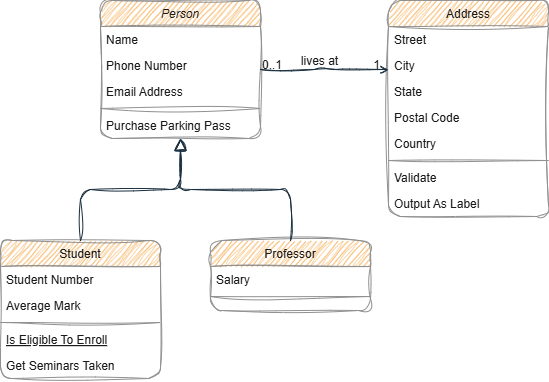
Before: Trail.drawio.png, a diagram exported from draw.io (ravisankargv96/1.SpringWebApp). Source tidied: cells renumbered, new cells last; positions are measured from the earlier drawing's top-left corner, leaving out a move shared by most shapes.
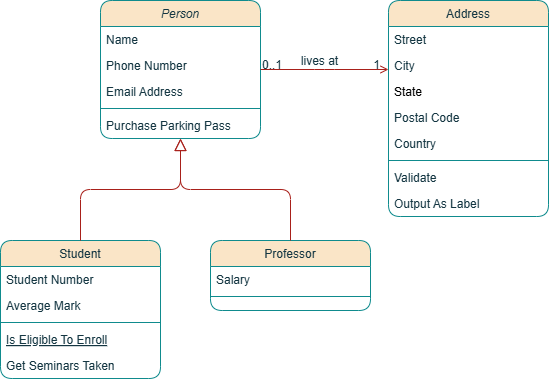
The same diagram one commit later.

What changed in the source:
```diff
@@ -2,100 +2,100 @@
   <root>
     <mxCell id="0" />
     <mxCell id="1" parent="0" />
-    <mxCell id="2" value="Person" style="swimlane;fontStyle=2;align=center;verticalAlign=top;horizontal=1;startSize=26;rounded=1;shadow=0;strokeWidth=1;labelBackgroundColor=none;fillColor=#F5AB50;strokeColor=#909090;fontColor=#1A1A1A;sketch=1;curveFitting=1;jiggle=2;" parent="1" vertex="1">
+    <mxCell id="2" value="Person" style="swimlane;fontStyle=2;align=center;verticalAlign=top;horizontal=1;startSize=26;rounded=1;shadow=0;strokeWidth=1;labelBackgroundColor=none;fillColor=#FAE5C7;strokeColor=#0F8B8D;fontColor=#143642;" parent="1" vertex="1">
       <mxGeometry x="100" width="160" height="138" as="geometry" />
     </mxCell>
-    <mxCell id="3" value="Name" style="text;align=left;verticalAlign=top;spacingLeft=4;spacingRight=4;overflow=hidden;labelBackgroundColor=none;rounded=1;fontColor=#1A1A1A;sketch=1;curveFitting=1;jiggle=2;" parent="2" vertex="1">
+    <mxCell id="3" value="Name" style="text;align=left;verticalAlign=top;spacingLeft=4;spacingRight=4;overflow=hidden;labelBackgroundColor=none;rounded=1;fontColor=#143642;" parent="2" vertex="1">
       <mxGeometry y="26" width="160" height="26" as="geometry" />
     </mxCell>
-    <mxCell id="4" value="Phone Number" style="text;align=left;verticalAlign=top;spacingLeft=4;spacingRight=4;overflow=hidden;rounded=1;shadow=0;html=0;labelBackgroundColor=none;fontColor=#1A1A1A;sketch=1;curveFitting=1;jiggle=2;" parent="2" vertex="1">
+    <mxCell id="4" value="Phone Number" style="text;align=left;verticalAlign=top;spacingLeft=4;spacingRight=4;overflow=hidden;rounded=1;shadow=0;html=0;labelBackgroundColor=none;fontColor=#143642;" parent="2" vertex="1">
       <mxGeometry y="52" width="160" height="26" as="geometry" />
     </mxCell>
-    <mxCell id="5" value="Email Address" style="text;align=left;verticalAlign=top;spacingLeft=4;spacingRight=4;overflow=hidden;rounded=1;shadow=0;html=0;labelBackgroundColor=none;fontColor=#1A1A1A;sketch=1;curveFitting=1;jiggle=2;" parent="2" vertex="1">
+    <mxCell id="5" value="Email Address" style="text;align=left;verticalAlign=top;spacingLeft=4;spacingRight=4;overflow=hidden;rounded=1;shadow=0;html=0;labelBackgroundColor=none;fontColor=#143642;" parent="2" vertex="1">
       <mxGeometry y="78" width="160" height="26" as="geometry" />
     </mxCell>
-    <mxCell id="6" style="line;html=1;strokeWidth=1;align=left;verticalAlign=middle;spacingTop=-1;spacingLeft=3;spacingRight=3;labelPosition=right;labelBackgroundColor=none;rounded=1;fillColor=#F5AB50;strokeColor=#909090;fontColor=#1A1A1A;sketch=1;curveFitting=1;jiggle=2;" parent="2" vertex="1">
+    <mxCell id="6" style="line;html=1;strokeWidth=1;align=left;verticalAlign=middle;spacingTop=-1;spacingLeft=3;spacingRight=3;labelPosition=right;labelBackgroundColor=none;rounded=1;fillColor=#FAE5C7;strokeColor=#0F8B8D;fontColor=#143642;" parent="2" vertex="1">
       <mxGeometry y="104" width="160" height="8" as="geometry" />
     </mxCell>
-    <mxCell id="7" value="Purchase Parking Pass" style="text;align=left;verticalAlign=top;spacingLeft=4;spacingRight=4;overflow=hidden;labelBackgroundColor=none;rounded=1;fontColor=#1A1A1A;sketch=1;curveFitting=1;jiggle=2;" parent="2" vertex="1">
+    <mxCell id="7" value="Purchase Parking Pass" style="text;align=left;verticalAlign=top;spacingLeft=4;spacingRight=4;overflow=hidden;labelBackgroundColor=none;rounded=1;fontColor=#143642;" parent="2" vertex="1">
       <mxGeometry y="112" width="160" height="26" as="geometry" />
     </mxCell>
-    <mxCell id="8" value="Student" style="swimlane;fontStyle=0;align=center;verticalAlign=top;horizontal=1;startSize=26;rounded=1;shadow=0;strokeWidth=1;labelBackgroundColor=none;fillColor=#F5AB50;strokeColor=#909090;fontColor=#1A1A1A;sketch=1;curveFitting=1;jiggle=2;" parent="1" vertex="1">
+    <mxCell id="8" value="Student" style="swimlane;fontStyle=0;align=center;verticalAlign=top;horizontal=1;startSize=26;rounded=1;shadow=0;strokeWidth=1;labelBackgroundColor=none;fillColor=#FAE5C7;strokeColor=#0F8B8D;fontColor=#143642;" parent="1" vertex="1">
       <mxGeometry y="240" width="160" height="138" as="geometry" />
     </mxCell>
-    <mxCell id="9" value="Student Number" style="text;align=left;verticalAlign=top;spacingLeft=4;spacingRight=4;overflow=hidden;labelBackgroundColor=none;rounded=1;fontColor=#1A1A1A;sketch=1;curveFitting=1;jiggle=2;" parent="8" vertex="1">
+    <mxCell id="9" value="Student Number" style="text;align=left;verticalAlign=top;spacingLeft=4;spacingRight=4;overflow=hidden;labelBackgroundColor=none;rounded=1;fontColor=#143642;" parent="8" vertex="1">
       <mxGeometry y="26" width="160" height="26" as="geometry" />
     </mxCell>
-    <mxCell id="10" value="Average Mark" style="text;align=left;verticalAlign=top;spacingLeft=4;spacingRight=4;overflow=hidden;rounded=1;shadow=0;html=0;labelBackgroundColor=none;fontColor=#1A1A1A;sketch=1;curveFitting=1;jiggle=2;" parent="8" vertex="1">
+    <mxCell id="10" value="Average Mark" style="text;align=left;verticalAlign=top;spacingLeft=4;spacingRight=4;overflow=hidden;rounded=1;shadow=0;html=0;labelBackgroundColor=none;fontColor=#143642;" parent="8" vertex="1">
       <mxGeometry y="52" width="160" height="26" as="geometry" />
     </mxCell>
-    <mxCell id="11" style="line;html=1;strokeWidth=1;align=left;verticalAlign=middle;spacingTop=-1;spacingLeft=3;spacingRight=3;labelPosition=right;labelBackgroundColor=none;rounded=1;fillColor=#F5AB50;strokeColor=#909090;fontColor=#1A1A1A;sketch=1;curveFitting=1;jiggle=2;" parent="8" vertex="1">
+    <mxCell id="11" style="line;html=1;strokeWidth=1;align=left;verticalAlign=middle;spacingTop=-1;spacingLeft=3;spacingRight=3;labelPosition=right;labelBackgroundColor=none;rounded=1;fillColor=#FAE5C7;strokeColor=#0F8B8D;fontColor=#143642;" parent="8" vertex="1">
       <mxGeometry y="78" width="160" height="8" as="geometry" />
     </mxCell>
-    <mxCell id="12" value="Is Eligible To Enroll" style="text;align=left;verticalAlign=top;spacingLeft=4;spacingRight=4;overflow=hidden;fontStyle=4;labelBackgroundColor=none;rounded=1;fontColor=#1A1A1A;sketch=1;curveFitting=1;jiggle=2;" parent="8" vertex="1">
+    <mxCell id="12" value="Is Eligible To Enroll" style="text;align=left;verticalAlign=top;spacingLeft=4;spacingRight=4;overflow=hidden;fontStyle=4;labelBackgroundColor=none;rounded=1;fontColor=#143642;" parent="8" vertex="1">
       <mxGeometry y="86" width="160" height="26" as="geometry" />
     </mxCell>
-    <mxCell id="13" value="Get Seminars Taken" style="text;align=left;verticalAlign=top;spacingLeft=4;spacingRight=4;overflow=hidden;labelBackgroundColor=none;rounded=1;fontColor=#1A1A1A;sketch=1;curveFitting=1;jiggle=2;" parent="8" vertex="1">
+    <mxCell id="13" value="Get Seminars Taken" style="text;align=left;verticalAlign=top;spacingLeft=4;spacingRight=4;overflow=hidden;labelBackgroundColor=none;rounded=1;fontColor=#143642;" parent="8" vertex="1">
       <mxGeometry y="112" width="160" height="26" as="geometry" />
     </mxCell>
-    <mxCell id="14" style="endArrow=block;endSize=10;endFill=0;shadow=0;strokeWidth=1;rounded=1;curved=0;edgeStyle=elbowEdgeStyle;elbow=vertical;labelBackgroundColor=none;fontColor=default;strokeColor=#182E3E;sketch=1;curveFitting=1;jiggle=2;" parent="1" edge="1" source="8" target="2">
+    <mxCell id="14" style="endArrow=block;endSize=10;endFill=0;shadow=0;strokeWidth=1;rounded=1;curved=0;edgeStyle=elbowEdgeStyle;elbow=vertical;labelBackgroundColor=none;fontColor=default;strokeColor=#A8201A;" parent="1" edge="1" source="8" target="2">
       <mxGeometry relative="1" as="geometry" />
     </mxCell>
-    <mxCell id="15" value="Professor" style="swimlane;fontStyle=0;align=center;verticalAlign=top;horizontal=1;startSize=26;rounded=1;shadow=0;strokeWidth=1;labelBackgroundColor=none;fillColor=#F5AB50;strokeColor=#909090;fontColor=#1A1A1A;sketch=1;curveFitting=1;jiggle=2;" parent="1" vertex="1">
+    <mxCell id="15" value="Professor" style="swimlane;fontStyle=0;align=center;verticalAlign=top;horizontal=1;startSize=26;rounded=1;shadow=0;strokeWidth=1;labelBackgroundColor=none;fillColor=#FAE5C7;strokeColor=#0F8B8D;fontColor=#143642;" parent="1" vertex="1">
       <mxGeometry x="210" y="240" width="160" height="70" as="geometry" />
     </mxCell>
-    <mxCell id="16" value="Salary" style="text;align=left;verticalAlign=top;spacingLeft=4;spacingRight=4;overflow=hidden;labelBackgroundColor=none;rounded=1;fontColor=#1A1A1A;sketch=1;curveFitting=1;jiggle=2;" parent="15" vertex="1">
+    <mxCell id="16" value="Salary" style="text;align=left;verticalAlign=top;spacingLeft=4;spacingRight=4;overflow=hidden;labelBackgroundColor=none;rounded=1;fontColor=#143642;" parent="15" vertex="1">
       <mxGeometry y="26" width="160" height="26" as="geometry" />
     </mxCell>
-    <mxCell id="17" style="line;html=1;strokeWidth=1;align=left;verticalAlign=middle;spacingTop=-1;spacingLeft=3;spacingRight=3;labelPosition=right;labelBackgroundColor=none;rounded=1;fillColor=#F5AB50;strokeColor=#909090;fontColor=#1A1A1A;sketch=1;curveFitting=1;jiggle=2;" parent="15" vertex="1">
+    <mxCell id="17" style="line;html=1;strokeWidth=1;align=left;verticalAlign=middle;spacingTop=-1;spacingLeft=3;spacingRight=3;labelPosition=right;labelBackgroundColor=none;rounded=1;fillColor=#FAE5C7;strokeColor=#0F8B8D;fontColor=#143642;" parent="15" vertex="1">
       <mxGeometry y="52" width="160" height="8" as="geometry" />
     </mxCell>
-    <mxCell id="18" style="endArrow=block;endSize=10;endFill=0;shadow=0;strokeWidth=1;rounded=1;curved=0;edgeStyle=elbowEdgeStyle;elbow=vertical;labelBackgroundColor=none;fontColor=default;strokeColor=#182E3E;sketch=1;curveFitting=1;jiggle=2;" parent="1" edge="1" source="15" target="2">
+    <mxCell id="18" style="endArrow=block;endSize=10;endFill=0;shadow=0;strokeWidth=1;rounded=1;curved=0;edgeStyle=elbowEdgeStyle;elbow=vertical;labelBackgroundColor=none;fontColor=default;strokeColor=#A8201A;" parent="1" edge="1" source="15" target="2">
       <mxGeometry relative="1" as="geometry" />
     </mxCell>
-    <mxCell id="19" value="Address" style="swimlane;fontStyle=0;align=center;verticalAlign=top;horizontal=1;startSize=26;rounded=1;shadow=0;strokeWidth=1;labelBackgroundColor=none;fillColor=#F5AB50;strokeColor=#909090;fontColor=#1A1A1A;sketch=1;curveFitting=1;jiggle=2;" parent="1" vertex="1">
+    <mxCell id="19" value="Address" style="swimlane;fontStyle=0;align=center;verticalAlign=top;horizontal=1;startSize=26;rounded=1;shadow=0;strokeWidth=1;labelBackgroundColor=none;fillColor=#FAE5C7;strokeColor=#0F8B8D;fontColor=#143642;" parent="1" vertex="1">
       <mxGeometry x="388" width="160" height="216" as="geometry" />
     </mxCell>
-    <mxCell id="20" value="Street" style="text;align=left;verticalAlign=top;spacingLeft=4;spacingRight=4;overflow=hidden;labelBackgroundColor=none;rounded=1;fontColor=#1A1A1A;sketch=1;curveFitting=1;jiggle=2;" parent="19" vertex="1">
+    <mxCell id="20" value="Street" style="text;align=left;verticalAlign=top;spacingLeft=4;spacingRight=4;overflow=hidden;labelBackgroundColor=none;rounded=1;fontColor=#143642;" parent="19" vertex="1">
       <mxGeometry y="26" width="160" height="26" as="geometry" />
     </mxCell>
-    <mxCell id="21" value="City" style="text;align=left;verticalAlign=top;spacingLeft=4;spacingRight=4;overflow=hidden;rounded=1;shadow=0;html=0;labelBackgroundColor=none;fontColor=#1A1A1A;sketch=1;curveFitting=1;jiggle=2;" parent="19" vertex="1">
+    <mxCell id="21" value="City" style="text;align=left;verticalAlign=top;spacingLeft=4;spacingRight=4;overflow=hidden;rounded=1;shadow=0;html=0;labelBackgroundColor=none;fontColor=#143642;" parent="19" vertex="1">
       <mxGeometry y="52" width="160" height="26" as="geometry" />
     </mxCell>
-    <mxCell id="22" value="State" style="text;align=left;verticalAlign=top;spacingLeft=4;spacingRight=4;overflow=hidden;rounded=1;shadow=0;html=0;labelBackgroundColor=none;fontColor=#1A1A1A;sketch=1;curveFitting=1;jiggle=2;" parent="19" vertex="1">
+    <mxCell id="22" value="State" style="text;align=left;verticalAlign=top;spacingLeft=4;spacingRight=4;overflow=hidden;rounded=1;shadow=0;html=0;labelBackgroundColor=none;" parent="19" vertex="1">
       <mxGeometry y="78" width="160" height="26" as="geometry" />
     </mxCell>
-    <mxCell id="23" value="Postal Code" style="text;align=left;verticalAlign=top;spacingLeft=4;spacingRight=4;overflow=hidden;rounded=1;shadow=0;html=0;labelBackgroundColor=none;fontColor=#1A1A1A;sketch=1;curveFitting=1;jiggle=2;" parent="19" vertex="1">
+    <mxCell id="23" value="Postal Code" style="text;align=left;verticalAlign=top;spacingLeft=4;spacingRight=4;overflow=hidden;rounded=1;shadow=0;html=0;labelBackgroundColor=none;fontColor=#143642;" parent="19" vertex="1">
       <mxGeometry y="104" width="160" height="26" as="geometry" />
     </mxCell>
-    <mxCell id="24" value="Country" style="text;align=left;verticalAlign=top;spacingLeft=4;spacingRight=4;overflow=hidden;rounded=1;shadow=0;html=0;labelBackgroundColor=none;fontColor=#1A1A1A;sketch=1;curveFitting=1;jiggle=2;" parent="19" vertex="1">
+    <mxCell id="24" value="Country" style="text;align=left;verticalAlign=top;spacingLeft=4;spacingRight=4;overflow=hidden;rounded=1;shadow=0;html=0;labelBackgroundColor=none;fontColor=#143642;" parent="19" vertex="1">
       <mxGeometry y="130" width="160" height="26" as="geometry" />
     </mxCell>
-    <mxCell id="25" style="line;html=1;strokeWidth=1;align=left;verticalAlign=middle;spacingTop=-1;spacingLeft=3;spacingRight=3;labelPosition=right;labelBackgroundColor=none;rounded=1;fillColor=#F5AB50;strokeColor=#909090;fontColor=#1A1A1A;sketch=1;curveFitting=1;jiggle=2;" parent="19" vertex="1">
+    <mxCell id="25" style="line;html=1;strokeWidth=1;align=left;verticalAlign=middle;spacingTop=-1;spacingLeft=3;spacingRight=3;labelPosition=right;labelBackgroundColor=none;rounded=1;fillColor=#FAE5C7;strokeColor=#0F8B8D;fontColor=#143642;" parent="19" vertex="1">
       <mxGeometry y="156" width="160" height="8" as="geometry" />
     </mxCell>
-    <mxCell id="26" value="Validate" style="text;align=left;verticalAlign=top;spacingLeft=4;spacingRight=4;overflow=hidden;labelBackgroundColor=none;rounded=1;fontColor=#1A1A1A;sketch=1;curveFitting=1;jiggle=2;" parent="19" vertex="1">
+    <mxCell id="26" value="Validate" style="text;align=left;verticalAlign=top;spacingLeft=4;spacingRight=4;overflow=hidden;labelBackgroundColor=none;rounded=1;fontColor=#143642;" parent="19" vertex="1">
       <mxGeometry y="164" width="160" height="26" as="geometry" />
     </mxCell>
-    <mxCell id="27" value="Output As Label" style="text;align=left;verticalAlign=top;spacingLeft=4;spacingRight=4;overflow=hidden;labelBackgroundColor=none;rounded=1;fontColor=#1A1A1A;sketch=1;curveFitting=1;jiggle=2;" parent="19" vertex="1">
+    <mxCell id="27" value="Output As Label" style="text;align=left;verticalAlign=top;spacingLeft=4;spacingRight=4;overflow=hidden;labelBackgroundColor=none;rounded=1;fontColor=#143642;" parent="19" vertex="1">
       <mxGeometry y="190" width="160" height="26" as="geometry" />
     </mxCell>
-    <mxCell id="28" style="endArrow=open;shadow=0;strokeWidth=1;rounded=1;curved=0;endFill=1;edgeStyle=elbowEdgeStyle;elbow=vertical;labelBackgroundColor=none;fontColor=default;strokeColor=#182E3E;sketch=1;curveFitting=1;jiggle=2;" parent="1" edge="1" source="2" target="19">
+    <mxCell id="28" style="endArrow=open;shadow=0;strokeWidth=1;rounded=1;curved=0;endFill=1;edgeStyle=elbowEdgeStyle;elbow=vertical;labelBackgroundColor=none;fontColor=default;strokeColor=#A8201A;" parent="1" edge="1" source="2" target="19">
       <mxGeometry x="0.5" y="41" relative="1" as="geometry">
         <mxPoint x="-40" y="32" as="offset" />
       </mxGeometry>
     </mxCell>
-    <mxCell id="29" value="0..1" style="align=left;verticalAlign=bottom;labelBackgroundColor=none;fontSize=12;rounded=1;fillColor=#F5AB50;strokeColor=#909090;fontColor=#1A1A1A;sketch=1;curveFitting=1;jiggle=2;" parent="28" vertex="1">
+    <mxCell id="29" value="0..1" style="align=left;verticalAlign=bottom;labelBackgroundColor=none;fontSize=12;rounded=1;fillColor=#FAE5C7;strokeColor=#0F8B8D;fontColor=#143642;" parent="28" vertex="1">
       <mxGeometry x="-1" relative="1" as="geometry">
         <mxPoint y="4" as="offset" />
       </mxGeometry>
     </mxCell>
-    <mxCell id="30" value="1" style="align=right;verticalAlign=bottom;labelBackgroundColor=none;fontSize=12;rounded=1;fillColor=#F5AB50;strokeColor=#909090;fontColor=#1A1A1A;sketch=1;curveFitting=1;jiggle=2;" parent="28" vertex="1">
+    <mxCell id="30" value="1" style="align=right;verticalAlign=bottom;labelBackgroundColor=none;fontSize=12;rounded=1;fillColor=#FAE5C7;strokeColor=#0F8B8D;fontColor=#143642;" parent="28" vertex="1">
       <mxGeometry x="1" relative="1" as="geometry">
         <mxPoint x="-7" y="4" as="offset" />
       </mxGeometry>
     </mxCell>
-    <mxCell id="31" value="lives at" style="text;html=1;align=center;verticalAlign=middle;labelBackgroundColor=none;rounded=1;shadow=0;strokeWidth=1;fontSize=12;fontColor=#1A1A1A;sketch=1;curveFitting=1;jiggle=2;" parent="28" vertex="1">
+    <mxCell id="31" value="lives at" style="text;html=1;align=center;verticalAlign=middle;labelBackgroundColor=none;rounded=1;shadow=0;strokeWidth=1;fontSize=12;fontColor=#143642;" parent="28" vertex="1">
       <mxGeometry x="0.5" y="49" relative="1" as="geometry">
         <mxPoint x="-38" y="40" as="offset" />
       </mxGeometry>
```
